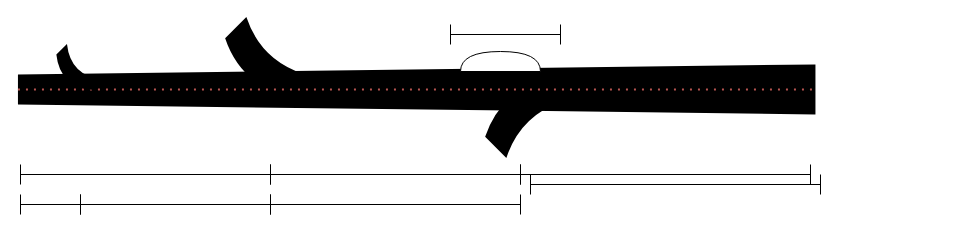
The draw.io diagram Untitled Diagram.drawio in marioviti/Graphs, before the edit. Source tidied: cells renumbered, new cells numbered last; positions are measured from the earlier drawing's top-left corner, leaving out a move shared by most shapes. Both pictures are drawn from the tidied source at 100%, with x=0, y=0 at pixel (20, -310).
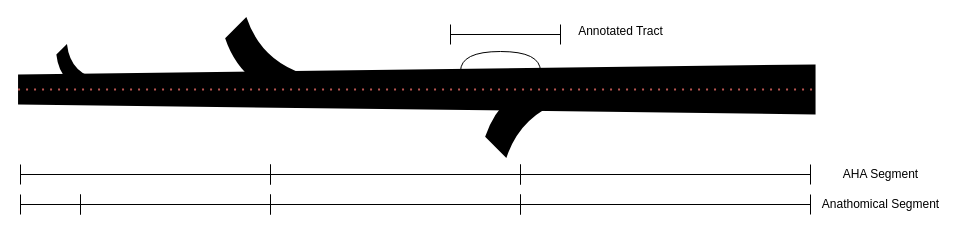
The same page after the edit.

The edit, as a diff of the source:
```diff
@@
 <mxGraphModel>
   <root>
     <mxCell id="0" />
     <mxCell id="1" parent="0" />
     <mxCell id="2" style="shape=dataStorage;whiteSpace=wrap;html=1;fixedSize=1;size=10;rotation=-45;fillColor=#000000;strokeColor=none;" parent="1" vertex="1">
       <mxGeometry x="220" y="329" width="40" height="80" as="geometry" />
     </mxCell>
     <mxCell id="3" style="shape=dataStorage;whiteSpace=wrap;html=1;fixedSize=1;size=10;rotation=45;fillColor=#000000;strokeColor=none;" parent="1" vertex="1">
       <mxGeometry x="480" y="385" width="40" height="80" as="geometry" />
     </mxCell>
-    <mxCell id="4" style="shape=trapezoid;perimeter=trapezoidPerimeter;whiteSpace=wrap;html=1;fixedSize=1;size=9.999999999999773;rotation=-90;fillColor=#000000;strokeColor=none;" parent="1" vertex="1">
-      <mxGeometry x="371.2" y="0.2" width="50" height="797.5" as="geometry" />
-    </mxCell>
     <mxCell id="5" style="shape=or;whiteSpace=wrap;html=1;rotation=-90;" parent="1" vertex="1">
       <mxGeometry x="470" y="331" width="20" height="80" as="geometry" />
     </mxCell>
     <mxCell id="6" style="shape=crossbar;whiteSpace=wrap;html=1;rounded=1;fillColor=#000000;" parent="1" vertex="1">
       <mxGeometry x="430" y="334" width="110" height="20" as="geometry" />
     </mxCell>
     <mxCell id="7" style="shape=crossbar;whiteSpace=wrap;html=1;rounded=1;fillColor=#000000;" parent="1" vertex="1">
       <mxGeometry x="250" y="474" width="250" height="20" as="geometry" />
     </mxCell>
-    <mxCell id="8" style="endArrow=none;dashed=1;html=1;dashPattern=1 3;strokeWidth=2;fillColor=#f8cecc;strokeColor=#b85450;exitX=0.5;exitY=0;exitDx=0;exitDy=0;entryX=0.5;entryY=1;entryDx=0;entryDy=0;" parent="1" edge="1" source="4" target="4">
-      <mxGeometry relative="1" as="geometry" />
-    </mxCell>
     <mxCell id="9" style="shape=crossbar;whiteSpace=wrap;html=1;rounded=1;fillColor=#000000;" parent="1" vertex="1">
       <mxGeometry x="500" y="474" width="290" height="20" as="geometry" />
     </mxCell>
     <mxCell id="10" style="shape=crossbar;whiteSpace=wrap;html=1;rounded=1;fillColor=#000000;" parent="1" vertex="1">
       <mxGeometry y="474" width="250" height="20" as="geometry" />
     </mxCell>
     <mxCell id="11" style="shape=dataStorage;whiteSpace=wrap;html=1;fixedSize=1;size=10;rotation=-45;fillColor=#000000;strokeColor=none;" parent="1" vertex="1">
       <mxGeometry x="42.8" y="354.9" width="25" height="50" as="geometry" />
     </mxCell>
     <mxCell id="12" style="shape=crossbar;whiteSpace=wrap;html=1;rounded=1;fillColor=#000000;" parent="1" vertex="1">
       <mxGeometry y="504" width="60" height="20" as="geometry" />
     </mxCell>
     <mxCell id="13" style="shape=crossbar;whiteSpace=wrap;html=1;rounded=1;fillColor=#000000;" parent="1" vertex="1">
       <mxGeometry x="60" y="504" width="190" height="20" as="geometry" />
     </mxCell>
     <mxCell id="14" style="shape=crossbar;whiteSpace=wrap;html=1;rounded=1;fillColor=#000000;" parent="1" vertex="1">
       <mxGeometry x="250" y="504" width="250" height="20" as="geometry" />
     </mxCell>
     <mxCell id="15" style="shape=crossbar;whiteSpace=wrap;html=1;rounded=1;fillColor=#000000;" parent="1" vertex="1">
-      <mxGeometry x="510" y="484" width="290" height="20" as="geometry" />
+      <mxGeometry x="500" y="504" width="290" height="20" as="geometry" />
     </mxCell>
+    <mxCell id="16" style="group;" parent="1" vertex="1">
+      <mxGeometry x="-2.5" y="374" width="797.5" height="60" as="geometry" />
+    </mxCell>
+    <mxCell id="4" style="shape=trapezoid;perimeter=trapezoidPerimeter;whiteSpace=wrap;html=1;fixedSize=1;size=9.999999999999773;rotation=-90;fillColor=#000000;strokeColor=none;" parent="16" vertex="1">
+      <mxGeometry x="373.8" y="-373.8" width="50" height="797.5" as="geometry" />
+    </mxCell>
+    <mxCell id="8" style="endArrow=none;dashed=1;html=1;dashPattern=1 3;strokeWidth=2;fillColor=#f8cecc;strokeColor=#b85450;exitX=0.5;exitY=0;exitDx=0;exitDy=0;entryX=0.5;entryY=1;entryDx=0;entryDy=0;" parent="16" edge="1" source="4" target="4">
+      <mxGeometry relative="1" as="geometry" />
+    </mxCell>
+    <mxCell id="17" value="Annotated Tract" style="text;html=1;align=center;verticalAlign=middle;" parent="1" vertex="1">
+      <mxGeometry x="550" y="331" width="100" height="20" as="geometry" />
+    </mxCell>
+    <mxCell id="18" value="Anathomical Segment" style="text;html=1;align=center;verticalAlign=middle;" parent="1" vertex="1">
+      <mxGeometry x="795" y="504" width="130" height="20" as="geometry" />
+    </mxCell>
+    <mxCell id="19" value="AHA Segment" style="text;html=1;align=center;verticalAlign=middle;" parent="1" vertex="1">
+      <mxGeometry x="815" y="474" width="90" height="20" as="geometry" />
+    </mxCell>
   </root>
 </mxGraphModel>
```
